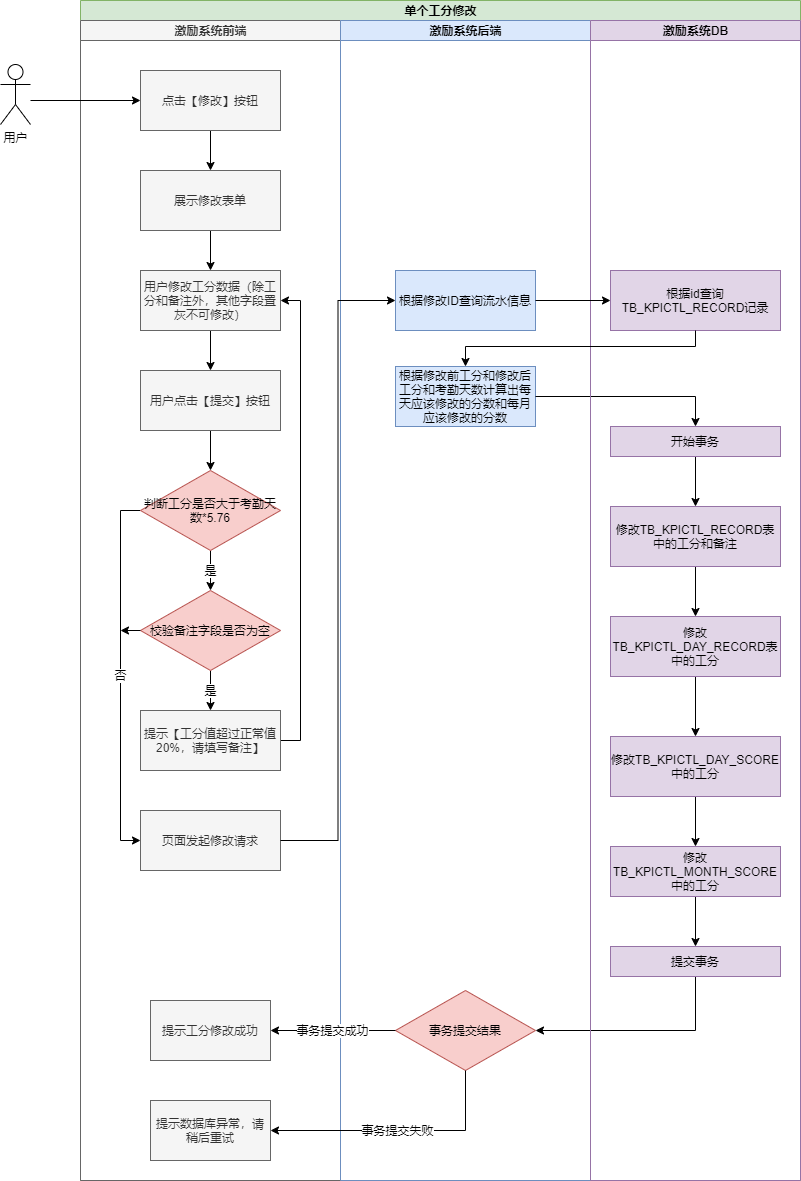
Before: 工分修改.png, a diagram exported from draw.io (julingpu/coffee). Source tidied: cells renumbered, new cells last; positions are measured from the earlier drawing's top-left corner, leaving out a move shared by most shapes.
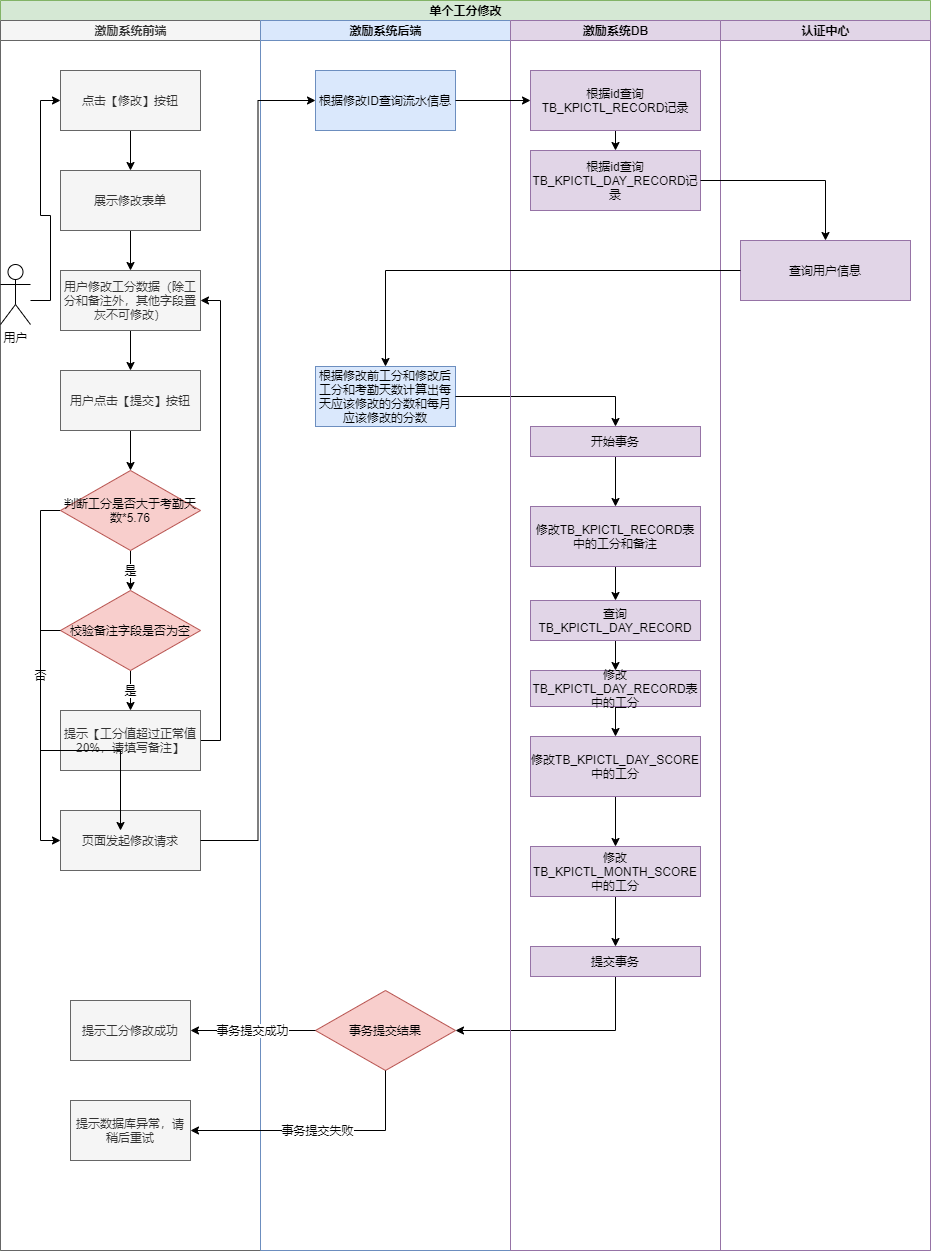
Later version of the same file.

Change to the diagram source:
```diff
@@ -3,10 +3,10 @@
     <mxCell id="0" />
     <mxCell id="1" parent="0" />
     <mxCell id="2" value="单个工分修改" style="swimlane;html=1;startSize=20;fillColor=#d5e8d4;strokeColor=#82b366;" parent="1" vertex="1">
-      <mxGeometry x="80" width="720" height="1180" as="geometry" />
+      <mxGeometry y="-200" width="930" height="1250" as="geometry" />
     </mxCell>
     <mxCell id="3" value="激励系统前端" style="swimlane;html=1;startSize=20;fillColor=#f5f5f5;strokeColor=#666666;fontColor=#333333;" parent="2" vertex="1">
-      <mxGeometry y="20" width="260" height="1160" as="geometry" />
+      <mxGeometry y="20" width="260" height="1230" as="geometry" />
     </mxCell>
     <mxCell id="4" value="数据验证不通过" style="edgeStyle=orthogonalEdgeStyle;rounded=0;orthogonalLoop=1;jettySize=auto;html=1;exitX=0.5;exitY=1;exitDx=0;exitDy=0;entryX=0.5;entryY=0;entryDx=0;entryDy=0;" parent="3" edge="1">
       <mxGeometry relative="1" as="geometry">
@@ -75,13 +75,13 @@
       <mxGeometry x="60" y="350" width="140" height="60" as="geometry" />
     </mxCell>
     <mxCell id="23" value="激励系统后端" style="swimlane;html=1;startSize=20;fillColor=#dae8fc;strokeColor=#6c8ebf;" parent="2" vertex="1">
-      <mxGeometry x="260" y="20" width="250" height="1160" as="geometry" />
+      <mxGeometry x="260" y="20" width="250" height="1230" as="geometry" />
     </mxCell>
     <mxCell id="24" value="事务提交结果" style="rhombus;whiteSpace=wrap;html=1;fillColor=#f8cecc;strokeColor=#b85450;" parent="23" vertex="1">
       <mxGeometry x="55" y="970" width="140" height="80" as="geometry" />
     </mxCell>
     <mxCell id="25" value="根据修改ID查询流水信息" style="rounded=0;whiteSpace=wrap;html=1;fontFamily=Helvetica;fontSize=12;align=center;fillColor=#dae8fc;strokeColor=#6c8ebf;" parent="23" vertex="1">
-      <mxGeometry x="55" y="250" width="140" height="60" as="geometry" />
+      <mxGeometry x="55" y="50" width="140" height="60" as="geometry" />
     </mxCell>
     <mxCell id="26" value="根据修改前工分和修改后工分和考勤天数计算出每天应该修改的分数和每月应该修改的分数" style="rounded=0;whiteSpace=wrap;html=1;fontFamily=Helvetica;fontSize=12;align=center;fillColor=#dae8fc;strokeColor=#6c8ebf;" parent="23" vertex="1">
       <mxGeometry x="55" y="346" width="140" height="60" as="geometry" />
@@ -99,10 +99,12 @@
       <mxGeometry relative="1" as="geometry" />
     </mxCell>
     <mxCell id="31" value="激励系统DB" style="swimlane;html=1;startSize=20;fillColor=#e1d5e7;strokeColor=#9673a6;" parent="2" vertex="1">
-      <mxGeometry x="510" y="20" width="210" height="1160" as="geometry" />
+      <mxGeometry x="510" y="20" width="210" height="1230" as="geometry" />
     </mxCell>
-    <mxCell id="32" style="edgeStyle=orthogonalEdgeStyle;rounded=0;jettySize=auto;html=1;exitX=0.5;exitY=1;exitDx=0;exitDy=0;" parent="31" edge="1" source="33" target="35">
-      <mxGeometry relative="1" as="geometry" />
+    <mxCell id="32" style="edgeStyle=orthogonalEdgeStyle;rounded=0;jettySize=auto;html=1;exitX=0.5;exitY=1;exitDx=0;exitDy=0;" parent="31" edge="1" source="33">
+      <mxGeometry relative="1" as="geometry">
+        <mxPoint x="105" y="580" as="targetPoint" />
+      </mxGeometry>
     </mxCell>
     <mxCell id="33" value="修改TB_KPICTL_RECORD表中的工分和备注" style="rounded=0;whiteSpace=wrap;html=1;fontFamily=Helvetica;fontSize=12;align=center;fillColor=#e1d5e7;strokeColor=#9673a6;" parent="31" vertex="1">
       <mxGeometry x="20" y="486" width="170" height="60" as="geometry" />
@@ -111,7 +113,7 @@
       <mxGeometry relative="1" as="geometry" />
     </mxCell>
     <mxCell id="35" value="修改TB_KPICTL_DAY_RECORD表中的工分" style="rounded=0;whiteSpace=wrap;html=1;fontFamily=Helvetica;fontSize=12;align=center;fillColor=#e1d5e7;strokeColor=#9673a6;" parent="31" vertex="1">
-      <mxGeometry x="20" y="596" width="170" height="60" as="geometry" />
+      <mxGeometry x="20" y="650" width="170" height="36" as="geometry" />
     </mxCell>
     <mxCell id="36" style="edgeStyle=orthogonalEdgeStyle;rounded=0;jettySize=auto;html=1;exitX=0.5;exitY=1;exitDx=0;exitDy=0;entryX=0.5;entryY=0;entryDx=0;entryDy=0;" parent="31" edge="1" source="37" target="39">
       <mxGeometry relative="1" as="geometry" />
@@ -134,9 +136,27 @@
     <mxCell id="42" value="提交事务" style="rounded=0;whiteSpace=wrap;html=1;fontFamily=Helvetica;fontSize=12;align=center;fillColor=#e1d5e7;strokeColor=#9673a6;" parent="31" vertex="1">
       <mxGeometry x="20" y="926" width="170" height="30" as="geometry" />
     </mxCell>
+    <mxCell id="52" style="edgeStyle=orthogonalEdgeStyle;rounded=0;jettySize=auto;html=1;exitX=0.5;exitY=1;exitDx=0;exitDy=0;entryX=0.5;entryY=0;entryDx=0;entryDy=0;" parent="31" edge="1" source="43" target="53">
+      <mxGeometry relative="1" as="geometry" />
+    </mxCell>
     <mxCell id="43" value="根据id查询TB_KPICTL_RECORD记录" style="rounded=0;whiteSpace=wrap;html=1;fontFamily=Helvetica;fontSize=12;align=center;fillColor=#e1d5e7;strokeColor=#9673a6;" parent="31" vertex="1">
-      <mxGeometry x="20" y="250" width="170" height="60" as="geometry" />
+      <mxGeometry x="20" y="50" width="170" height="60" as="geometry" />
     </mxCell>
+    <mxCell id="53" value="根据id查询TB_KPICTL_DAY_RECORD记录" style="rounded=0;whiteSpace=wrap;html=1;fontFamily=Helvetica;fontSize=12;align=center;fillColor=#e1d5e7;strokeColor=#9673a6;" parent="31" vertex="1">
+      <mxGeometry x="20" y="130" width="170" height="60" as="geometry" />
+    </mxCell>
+    <mxCell id="54" style="edgeStyle=orthogonalEdgeStyle;rounded=0;jettySize=auto;html=1;exitX=0.5;exitY=1;exitDx=0;exitDy=0;entryX=0.5;entryY=0;entryDx=0;entryDy=0;" parent="31" edge="1" source="55" target="35">
+      <mxGeometry relative="1" as="geometry" />
+    </mxCell>
+    <mxCell id="55" value="查询TB_KPICTL_DAY_RECORD" style="rounded=0;whiteSpace=wrap;html=1;fontFamily=Helvetica;fontSize=12;align=center;fillColor=#e1d5e7;strokeColor=#9673a6;" parent="31" vertex="1">
+      <mxGeometry x="20" y="580" width="170" height="40" as="geometry" />
+    </mxCell>
+    <mxCell id="56" value="认证中心" style="swimlane;html=1;startSize=20;fillColor=#e1d5e7;strokeColor=#9673a6;" parent="2" vertex="1">
+      <mxGeometry x="720" y="20" width="210" height="1230" as="geometry" />
+    </mxCell>
+    <mxCell id="57" value="查询用户信息" style="rounded=0;whiteSpace=wrap;html=1;fontFamily=Helvetica;fontSize=12;align=center;fillColor=#e1d5e7;strokeColor=#9673a6;" parent="56" vertex="1">
+      <mxGeometry x="20" y="220" width="170" height="60" as="geometry" />
+    </mxCell>
     <mxCell id="44" style="edgeStyle=orthogonalEdgeStyle;rounded=0;orthogonalLoop=1;jettySize=auto;html=1;exitX=1;exitY=0.5;exitDx=0;exitDy=0;entryX=0;entryY=0.5;entryDx=0;entryDy=0;" parent="2" edge="1">
       <mxGeometry relative="1" as="geometry">
         <mxPoint x="455" y="310" as="sourcePoint" />
@@ -148,17 +168,15 @@
     <mxCell id="46" style="edgeStyle=orthogonalEdgeStyle;rounded=0;jettySize=auto;html=1;exitX=1;exitY=0.5;exitDx=0;exitDy=0;entryX=0;entryY=0.5;entryDx=0;entryDy=0;" parent="2" edge="1" source="25" target="43">
       <mxGeometry relative="1" as="geometry" />
     </mxCell>
-    <mxCell id="47" style="edgeStyle=orthogonalEdgeStyle;rounded=0;jettySize=auto;html=1;exitX=0.5;exitY=1;exitDx=0;exitDy=0;entryX=0.5;entryY=0;entryDx=0;entryDy=0;" parent="2" edge="1" source="43" target="26">
-      <mxGeometry relative="1" as="geometry">
-        <Array as="points">
-          <mxPoint x="615" y="346" />
-          <mxPoint x="385" y="346" />
-        </Array>
-      </mxGeometry>
-    </mxCell>
     <mxCell id="48" style="edgeStyle=orthogonalEdgeStyle;rounded=0;jettySize=auto;html=1;exitX=1;exitY=0.5;exitDx=0;exitDy=0;entryX=0;entryY=0.5;entryDx=0;entryDy=0;" parent="2" edge="1" source="16" target="25">
       <mxGeometry relative="1" as="geometry" />
     </mxCell>
+    <mxCell id="58" style="edgeStyle=orthogonalEdgeStyle;rounded=0;jettySize=auto;html=1;exitX=1;exitY=0.5;exitDx=0;exitDy=0;entryX=0.5;entryY=0;entryDx=0;entryDy=0;" parent="2" edge="1" source="53" target="57">
+      <mxGeometry relative="1" as="geometry" />
+    </mxCell>
+    <mxCell id="59" style="edgeStyle=orthogonalEdgeStyle;rounded=0;jettySize=auto;html=1;entryX=0.5;entryY=0;entryDx=0;entryDy=0;" parent="2" edge="1" source="57" target="26">
+      <mxGeometry relative="1" as="geometry" />
+    </mxCell>
     <mxCell id="49" style="edgeStyle=orthogonalEdgeStyle;rounded=0;jettySize=auto;html=1;entryX=0;entryY=0.5;entryDx=0;entryDy=0;" parent="1" edge="1" target="8">
       <mxGeometry relative="1" as="geometry">
         <mxPoint x="30" y="100" as="sourcePoint" />
```
